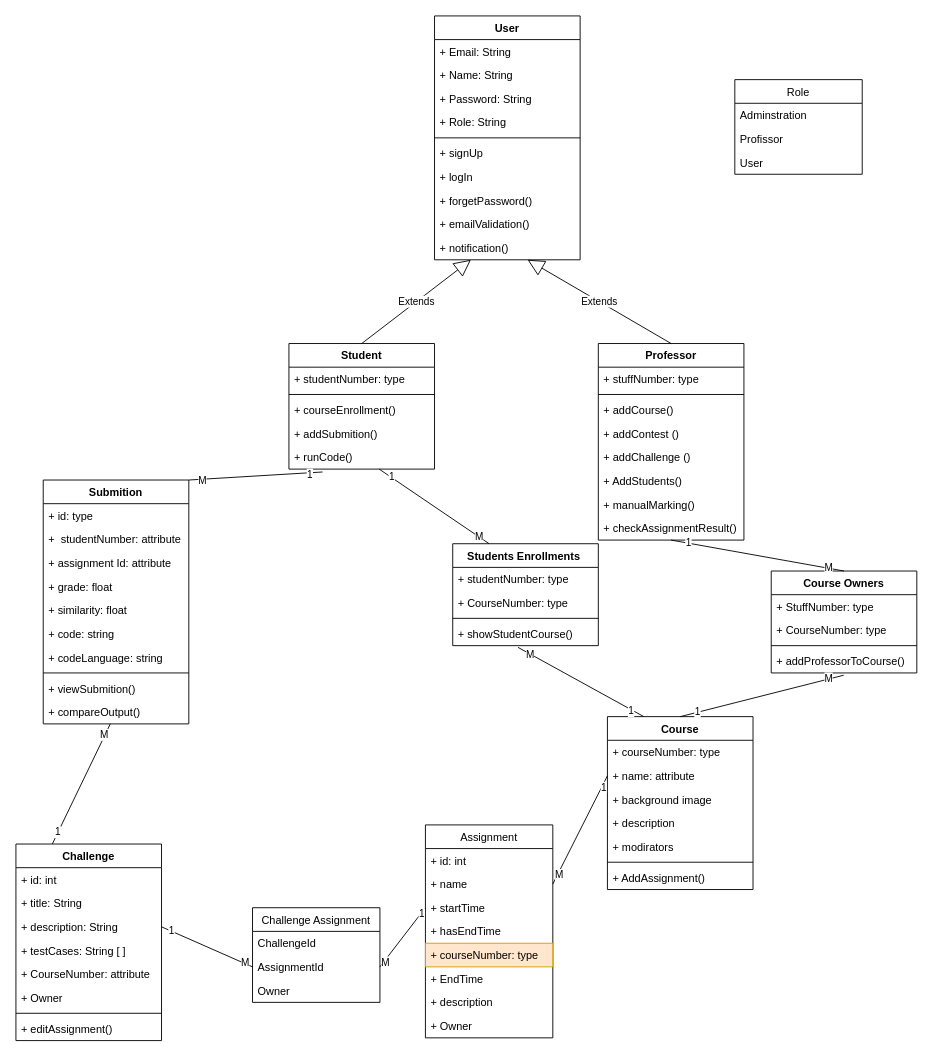
The draw.io diagram Project Matirial/An-Najah Rank.drawio in Momen-Odeh/An-Najah-Rank, before the edit. Source tidied: cells renumbered, new cells numbered last; positions are measured from the earlier drawing's top-left corner, leaving out a move shared by most shapes. Both pictures are drawn from the tidied source at 91%, with x=0, y=0 at pixel (15, 15).
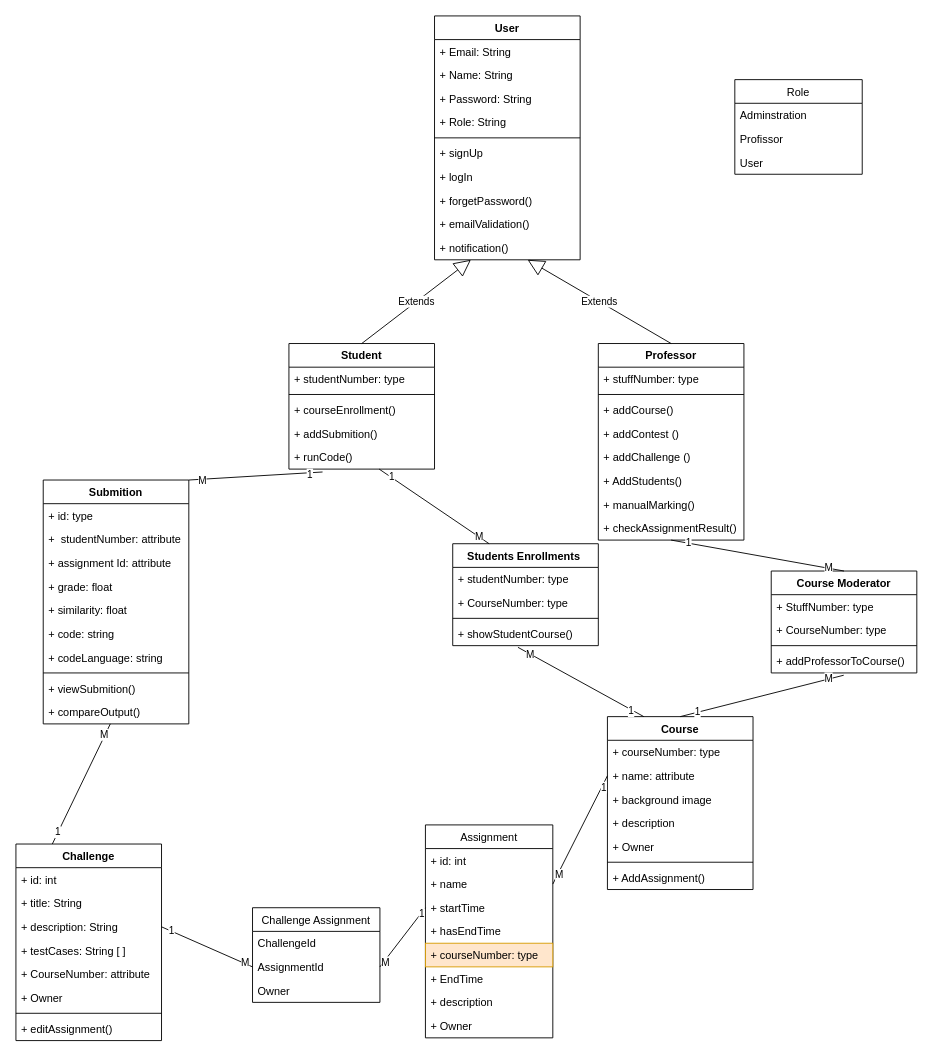
Above is the later version.

The change refers to these unchanged cells:
```xml
<mxCell id="30" value="Course" style="swimlane;fontStyle=1;align=center;verticalAlign=top;horizontal=1;startSize=26;" parent="1" vertex="1">
  <mxGeometry x="650" y="770" width="160" height="190" as="geometry" />
</mxCell>
```

The edit, as a diff of the source:
```diff
@@
-    <mxCell id="35" value="+ modirators" style="text;strokeColor=none;fillColor=none;align=left;verticalAlign=top;spacingLeft=4;spacingRight=4;overflow=hidden;" parent="30" vertex="1">
+    <mxCell id="35" value="+ Owner" style="text;strokeColor=none;fillColor=none;align=left;verticalAlign=top;spacingLeft=4;spacingRight=4;overflow=hidden;" parent="30" vertex="1">
       <mxGeometry y="130" width="160" height="26" as="geometry" />
     </mxCell>
@@
-    <mxCell id="47" value="Course Owners" style="swimlane;fontStyle=1;align=center;verticalAlign=top;horizontal=1;startSize=26;" parent="1" vertex="1">
+    <mxCell id="47" value="Course Moderator" style="swimlane;fontStyle=1;align=center;verticalAlign=top;horizontal=1;startSize=26;" parent="1" vertex="1">
       <mxGeometry x="830" y="610" width="160" height="112" as="geometry" />
     </mxCell>
```
